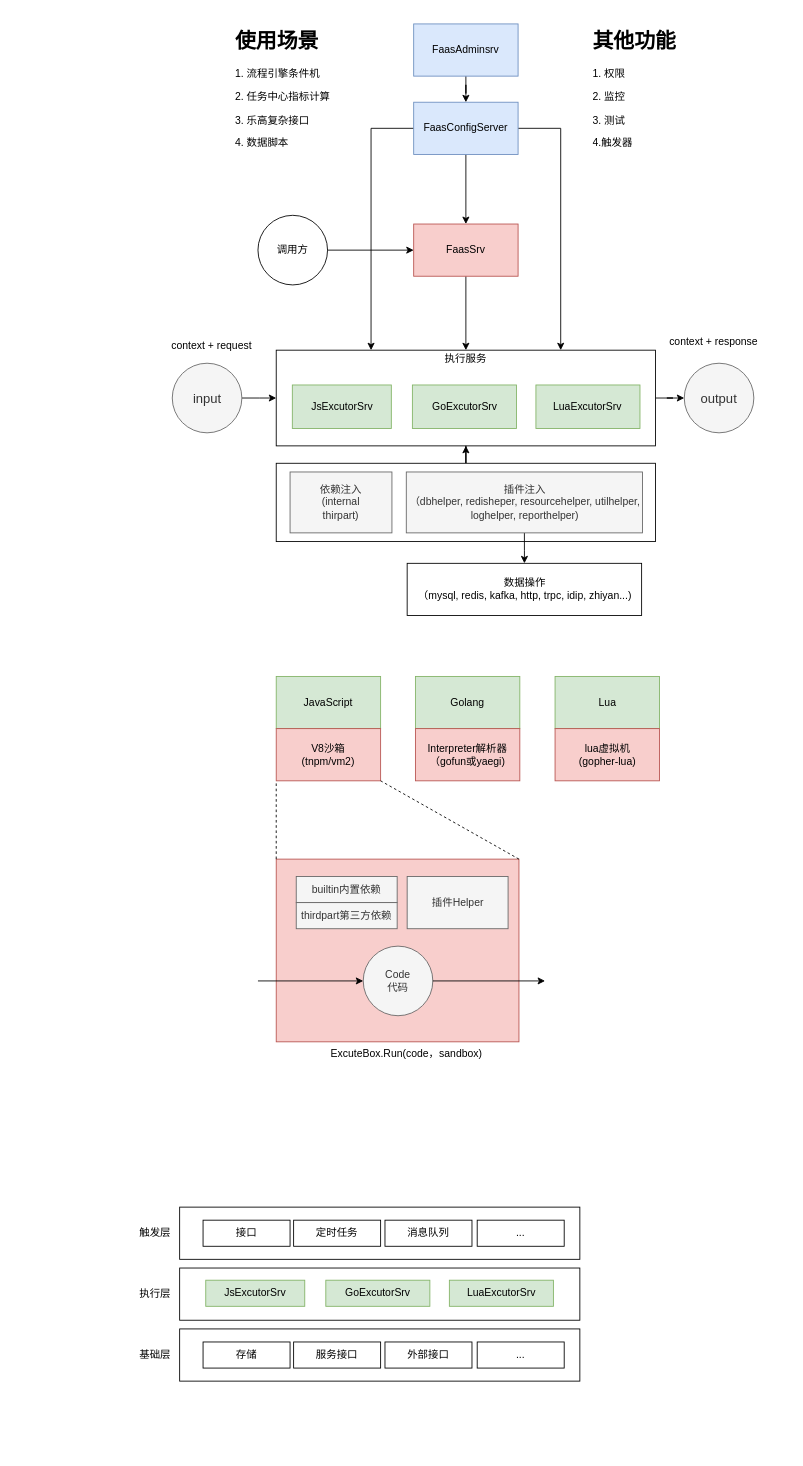
Above: faas.drawio in axtrur/resource (draw.io), before the change. Source tidied: cells renumbered, new cells numbered last; positions are measured from the earlier drawing's top-left corner, leaving out a move shared by most shapes. Both pictures are drawn from the tidied source at 87%, with x=0, y=0 at pixel (137, 23).
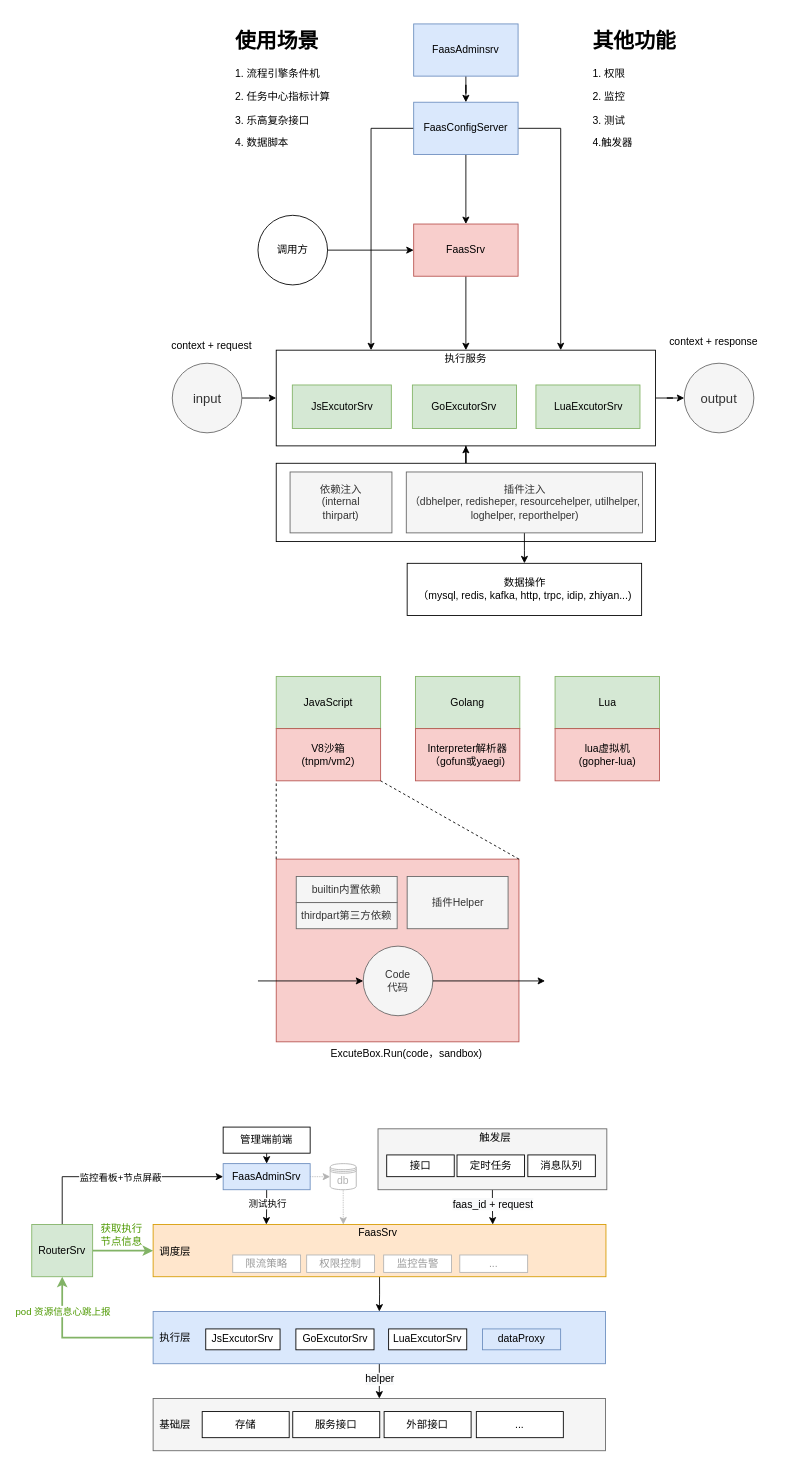
The same page after the edit.

The edit, as a diff of the source:
```diff
@@
+    <mxCell id="66" style="edgeStyle=orthogonalEdgeStyle;rounded=0;jettySize=auto;html=1;exitX=0.5;exitY=1;exitDx=0;exitDy=0;entryX=0.75;entryY=0;entryDx=0;entryDy=0;" parent="1" edge="1" source="48" target="73">
+      <mxGeometry relative="1" as="geometry" />
+    </mxCell>
+    <mxCell id="67" value="&lt;span style=&quot;font-size: 12px ; background-color: rgb(248 , 249 , 250)&quot;&gt;faas_id + request&lt;/span&gt;" style="edgeLabel;html=1;align=center;verticalAlign=middle;fontColor=#000000;" parent="66" vertex="1">
+      <mxGeometry x="-0.19" relative="1" as="geometry" />
+    </mxCell>
-    <mxCell id="48" style="rounded=0;whiteSpace=wrap;html=1;" parent="1" vertex="1">
-      <mxGeometry x="48" y="1360" width="460" height="60" as="geometry" />
+    <mxCell id="48" style="rounded=0;whiteSpace=wrap;html=1;fillColor=#f5f5f5;strokeColor=#666666;fontColor=#333333;" parent="1" vertex="1">
+      <mxGeometry x="276" y="1270" width="263" height="70" as="geometry" />
     </mxCell>
+    <mxCell id="68" style="edgeStyle=orthogonalEdgeStyle;rounded=0;jettySize=auto;html=1;exitX=0.5;exitY=1;exitDx=0;exitDy=0;entryX=0.5;entryY=0;entryDx=0;entryDy=0;" parent="1" edge="1" source="49" target="50">
+      <mxGeometry relative="1" as="geometry">
+        <Array as="points">
+          <mxPoint x="278" y="1560" />
+          <mxPoint x="278" y="1560" />
+        </Array>
+      </mxGeometry>
+    </mxCell>
+    <mxCell id="69" value="&lt;span style=&quot;font-size: 12px ; background-color: rgb(248 , 249 , 250)&quot;&gt;helper&lt;/span&gt;" style="edgeLabel;html=1;align=center;verticalAlign=middle;fontColor=#000000;" parent="68" vertex="1">
+      <mxGeometry x="-0.16" relative="1" as="geometry" />
+    </mxCell>
+    <mxCell id="70" style="edgeStyle=orthogonalEdgeStyle;rounded=0;jettySize=auto;html=1;exitX=0;exitY=0.5;exitDx=0;exitDy=0;fontColor=#999999;fillColor=#d5e8d4;strokeColor=#82b366;strokeWidth=2;" parent="1" edge="1" source="49" target="87">
+      <mxGeometry relative="1" as="geometry" />
+    </mxCell>
+    <mxCell id="71" value="&lt;font&gt;pod 资源信息心跳上报&lt;/font&gt;" style="edgeLabel;html=1;align=center;verticalAlign=middle;fontColor=#4D9900;" parent="70" vertex="1">
+      <mxGeometry x="0.28" relative="1" as="geometry">
+        <mxPoint y="-23" as="offset" />
+      </mxGeometry>
+    </mxCell>
-    <mxCell id="49" style="rounded=0;whiteSpace=wrap;html=1;" parent="1" vertex="1">
-      <mxGeometry x="48" y="1430" width="460" height="60" as="geometry" />
+    <mxCell id="49" style="rounded=0;whiteSpace=wrap;html=1;fillColor=#dae8fc;strokeColor=#6c8ebf;" parent="1" vertex="1">
+      <mxGeometry x="17.5" y="1480" width="520" height="60" as="geometry" />
     </mxCell>
-    <mxCell id="50" style="rounded=0;whiteSpace=wrap;html=1;" parent="1" vertex="1">
-      <mxGeometry x="48" y="1500" width="460" height="60" as="geometry" />
+    <mxCell id="50" style="rounded=0;whiteSpace=wrap;html=1;fillColor=#f5f5f5;strokeColor=#666666;fontColor=#333333;" parent="1" vertex="1">
+      <mxGeometry x="17.5" y="1580" width="520" height="60" as="geometry" />
     </mxCell>
     <mxCell id="51" value="触发层" style="text;html=1;strokeColor=none;fillColor=none;align=center;verticalAlign=middle;whiteSpace=wrap;rounded=0;" parent="1" vertex="1">
-      <mxGeometry y="1380" width="40" height="20" as="geometry" />
+      <mxGeometry x="391" y="1270" width="40" height="20" as="geometry" />
     </mxCell>
     <mxCell id="52" value="执行层" style="text;html=1;strokeColor=none;fillColor=none;align=center;verticalAlign=middle;whiteSpace=wrap;rounded=0;" parent="1" vertex="1">
-      <mxGeometry y="1450" width="40" height="20" as="geometry" />
+      <mxGeometry x="22.5" y="1500" width="40" height="20" as="geometry" />
     </mxCell>
     <mxCell id="53" value="基础层" style="text;html=1;strokeColor=none;fillColor=none;align=center;verticalAlign=middle;whiteSpace=wrap;rounded=0;" parent="1" vertex="1">
-      <mxGeometry y="1520" width="40" height="20" as="geometry" />
+      <mxGeometry x="22.5" y="1600" width="40" height="20" as="geometry" />
     </mxCell>
-    <mxCell id="54" value="接口" style="rounded=0;whiteSpace=wrap;html=1;" parent="1" vertex="1">
-      <mxGeometry x="74.9" y="1375" width="100" height="30" as="geometry" />
-    </mxCell>
-    <mxCell id="55" value="定时任务" style="rounded=0;whiteSpace=wrap;html=1;" parent="1" vertex="1">
-      <mxGeometry x="179" y="1375" width="100" height="30" as="geometry" />
-    </mxCell>
-    <mxCell id="56" value="消息队列" style="rounded=0;whiteSpace=wrap;html=1;" parent="1" vertex="1">
-      <mxGeometry x="284" y="1375" width="100" height="30" as="geometry" />
-    </mxCell>
-    <mxCell id="57" value="..." style="rounded=0;whiteSpace=wrap;html=1;" parent="1" vertex="1">
-      <mxGeometry x="390" y="1375" width="100" height="30" as="geometry" />
-    </mxCell>
     <mxCell id="58" style="group;" parent="1" vertex="1">
-      <mxGeometry x="78" y="1444" width="399.6" height="30" as="geometry" />
+      <mxGeometry x="78" y="1500" width="300" height="24" as="geometry" />
     </mxCell>
-    <mxCell id="59" value="JsExcutorSrv" style="rounded=0;whiteSpace=wrap;html=1;fillColor=#d5e8d4;strokeColor=#82b366;" parent="58" vertex="1">
-      <mxGeometry width="113.8" height="30" as="geometry" />
+    <mxCell id="59" value="JsExcutorSrv" style="rounded=0;whiteSpace=wrap;html=1;" parent="58" vertex="1">
+      <mxGeometry width="85.4" height="24" as="geometry" />
     </mxCell>
-    <mxCell id="60" value="GoExcutorSrv" style="rounded=0;whiteSpace=wrap;html=1;fillColor=#d5e8d4;strokeColor=#82b366;" parent="58" vertex="1">
-      <mxGeometry x="138" width="119.6" height="30" as="geometry" />
+    <mxCell id="60" value="GoExcutorSrv" style="rounded=0;whiteSpace=wrap;html=1;" parent="58" vertex="1">
+      <mxGeometry x="103.6" width="89.8" height="24" as="geometry" />
     </mxCell>
-    <mxCell id="61" value="LuaExcutorSrv" style="rounded=0;whiteSpace=wrap;html=1;fillColor=#d5e8d4;strokeColor=#82b366;" parent="58" vertex="1">
-      <mxGeometry x="280" width="119.6" height="30" as="geometry" />
+    <mxCell id="61" value="LuaExcutorSrv" style="rounded=0;whiteSpace=wrap;html=1;" parent="58" vertex="1">
+      <mxGeometry x="210.2" width="89.8" height="24" as="geometry" />
     </mxCell>
     <mxCell id="62" value="存储" style="rounded=0;whiteSpace=wrap;html=1;" parent="1" vertex="1">
-      <mxGeometry x="74.9" y="1515" width="100" height="30" as="geometry" />
+      <mxGeometry x="73.9" y="1595" width="100" height="30" as="geometry" />
     </mxCell>
     <mxCell id="63" value="服务接口" style="rounded=0;whiteSpace=wrap;html=1;" parent="1" vertex="1">
-      <mxGeometry x="179" y="1515" width="100" height="30" as="geometry" />
+      <mxGeometry x="178" y="1595" width="100" height="30" as="geometry" />
     </mxCell>
     <mxCell id="64" value="外部接口" style="rounded=0;whiteSpace=wrap;html=1;" parent="1" vertex="1">
-      <mxGeometry x="284" y="1515" width="100" height="30" as="geometry" />
+      <mxGeometry x="283" y="1595" width="100" height="30" as="geometry" />
     </mxCell>
     <mxCell id="65" value="..." style="rounded=0;whiteSpace=wrap;html=1;" parent="1" vertex="1">
-      <mxGeometry x="390" y="1515" width="100" height="30" as="geometry" />
+      <mxGeometry x="389" y="1595" width="100" height="30" as="geometry" />
     </mxCell>
+    <mxCell id="72" style="edgeStyle=orthogonalEdgeStyle;rounded=0;jettySize=auto;html=1;exitX=0.5;exitY=1;exitDx=0;exitDy=0;entryX=0.5;entryY=0;entryDx=0;entryDy=0;" parent="1" edge="1" source="73" target="49">
+      <mxGeometry relative="1" as="geometry" />
+    </mxCell>
+    <mxCell id="73" style="rounded=0;whiteSpace=wrap;html=1;fillColor=#ffe6cc;strokeColor=#d79b00;" parent="1" vertex="1">
+      <mxGeometry x="17.5" y="1380" width="520.5" height="60" as="geometry" />
+    </mxCell>
+    <mxCell id="74" style="edgeStyle=orthogonalEdgeStyle;rounded=0;jettySize=auto;html=1;exitX=0.5;exitY=1;exitDx=0;exitDy=0;entryX=0.25;entryY=0;entryDx=0;entryDy=0;" parent="1" edge="1" source="77" target="73">
+      <mxGeometry relative="1" as="geometry" />
+    </mxCell>
+    <mxCell id="75" value="测试执行" style="edgeLabel;html=1;align=center;verticalAlign=middle;" parent="74" vertex="1">
+      <mxGeometry x="-0.4" relative="1" as="geometry">
+        <mxPoint y="3" as="offset" />
+      </mxGeometry>
+    </mxCell>
+    <mxCell id="76" style="edgeStyle=orthogonalEdgeStyle;rounded=0;jettySize=auto;html=1;exitX=1;exitY=0.5;exitDx=0;exitDy=0;entryX=0;entryY=0.5;entryDx=0;entryDy=0;strokeWidth=1;fontColor=#4D9900;dashed=1;dashPattern=1 1;strokeColor=#B3B3B3;" parent="1" edge="1" source="77" target="90">
+      <mxGeometry relative="1" as="geometry" />
+    </mxCell>
+    <mxCell id="77" value="FaasAdminSrv" style="rounded=0;whiteSpace=wrap;html=1;fillColor=#dae8fc;strokeColor=#6c8ebf;" parent="1" vertex="1">
+      <mxGeometry x="98" y="1310" width="100" height="30" as="geometry" />
+    </mxCell>
+    <mxCell id="78" style="edgeStyle=orthogonalEdgeStyle;rounded=0;jettySize=auto;html=1;exitX=0.5;exitY=1;exitDx=0;exitDy=0;entryX=0.5;entryY=0;entryDx=0;entryDy=0;strokeWidth=1;fontColor=#000000;" parent="1" edge="1" source="79" target="77">
+      <mxGeometry relative="1" as="geometry" />
+    </mxCell>
+    <mxCell id="79" value="管理端前端" style="rounded=0;whiteSpace=wrap;html=1;" parent="1" vertex="1">
+      <mxGeometry x="98" y="1268" width="100" height="30" as="geometry" />
+    </mxCell>
+    <mxCell id="80" value="限流策略" style="rounded=0;whiteSpace=wrap;html=1;fontColor=#999999;strokeColor=#B3B3B3;" parent="1" vertex="1">
+      <mxGeometry x="109" y="1415" width="78" height="20" as="geometry" />
+    </mxCell>
+    <mxCell id="81" value="权限控制" style="rounded=0;whiteSpace=wrap;html=1;fontColor=#999999;strokeColor=#B3B3B3;" parent="1" vertex="1">
+      <mxGeometry x="194" y="1415" width="78" height="20" as="geometry" />
+    </mxCell>
+    <mxCell id="82" value="监控告警" style="rounded=0;whiteSpace=wrap;html=1;fontColor=#999999;strokeColor=#B3B3B3;" parent="1" vertex="1">
+      <mxGeometry x="282.5" y="1415" width="78" height="20" as="geometry" />
+    </mxCell>
+    <mxCell id="83" value="FaasSrv" style="text;html=1;strokeColor=none;fillColor=none;align=center;verticalAlign=middle;whiteSpace=wrap;rounded=0;" parent="1" vertex="1">
+      <mxGeometry x="256" y="1380" width="40" height="20" as="geometry" />
+    </mxCell>
+    <mxCell id="57" value="..." style="rounded=0;whiteSpace=wrap;html=1;fontColor=#999999;strokeColor=#B3B3B3;" parent="1" vertex="1">
+      <mxGeometry x="370" y="1415" width="78" height="20" as="geometry" />
+    </mxCell>
+    <mxCell id="84" style="edgeStyle=orthogonalEdgeStyle;rounded=0;jettySize=auto;html=1;exitX=1;exitY=0.5;exitDx=0;exitDy=0;fontColor=#999999;fillColor=#d5e8d4;strokeColor=#82b366;strokeWidth=2;" parent="1" edge="1" source="87" target="73">
+      <mxGeometry relative="1" as="geometry" />
+    </mxCell>
+    <mxCell id="85" style="edgeStyle=orthogonalEdgeStyle;rounded=0;jettySize=auto;html=1;exitX=0.5;exitY=0;exitDx=0;exitDy=0;entryX=0;entryY=0.5;entryDx=0;entryDy=0;strokeWidth=1;fontColor=#000000;" parent="1" edge="1" source="87" target="77">
+      <mxGeometry relative="1" as="geometry" />
+    </mxCell>
+    <mxCell id="86" value="监控看板+节点屏蔽" style="edgeLabel;html=1;align=center;verticalAlign=middle;fontColor=#000000;" parent="85" vertex="1">
+      <mxGeometry x="0.01" y="-1" relative="1" as="geometry" />
+    </mxCell>
+    <mxCell id="87" value="RouterSrv" style="rounded=0;whiteSpace=wrap;html=1;fillColor=#d5e8d4;strokeColor=#82b366;" parent="1" vertex="1">
+      <mxGeometry x="-122" y="1380" width="70" height="60" as="geometry" />
+    </mxCell>
+    <mxCell id="88" value="获取执行节点信息" style="text;html=1;strokeColor=none;fillColor=none;align=center;verticalAlign=middle;whiteSpace=wrap;rounded=0;fontColor=#4D9900;" parent="1" vertex="1">
+      <mxGeometry x="-48" y="1382" width="58.5" height="20" as="geometry" />
+    </mxCell>
+    <mxCell id="89" style="group;" parent="1" vertex="1">
+      <mxGeometry x="168" y="1300" width="322" height="40" as="geometry" />
+    </mxCell>
+    <mxCell id="54" value="接口" style="rounded=0;whiteSpace=wrap;html=1;" parent="89" vertex="1">
+      <mxGeometry x="118" width="77.6" height="25" as="geometry" />
+    </mxCell>
+    <mxCell id="55" value="定时任务" style="rounded=0;whiteSpace=wrap;html=1;" parent="89" vertex="1">
+      <mxGeometry x="198.8" width="77.6" height="25" as="geometry" />
+    </mxCell>
+    <mxCell id="56" value="消息队列" style="rounded=0;whiteSpace=wrap;html=1;" parent="89" vertex="1">
+      <mxGeometry x="280.2" width="77.6" height="25" as="geometry" />
+    </mxCell>
+    <mxCell id="90" value="&lt;font color=&quot;#b3b3b3&quot;&gt;db&lt;/font&gt;" style="shape=datastore;whiteSpace=wrap;html=1;strokeColor=#B3B3B3;fontColor=#4D9900;align=center;" parent="89" vertex="1">
+      <mxGeometry x="53" y="10" width="30" height="30" as="geometry" />
+    </mxCell>
+    <mxCell id="91" value="dataProxy" style="rounded=0;whiteSpace=wrap;html=1;fillColor=#dae8fc;strokeColor=#6c8ebf;" parent="1" vertex="1">
+      <mxGeometry x="396.1" y="1500" width="89.8" height="24" as="geometry" />
+    </mxCell>
+    <mxCell id="92" value="调度层" style="text;html=1;strokeColor=none;fillColor=none;align=center;verticalAlign=middle;whiteSpace=wrap;rounded=0;" parent="1" vertex="1">
+      <mxGeometry x="22.5" y="1402" width="40" height="20" as="geometry" />
+    </mxCell>
+    <mxCell id="93" style="edgeStyle=orthogonalEdgeStyle;rounded=0;jettySize=auto;html=1;exitX=0.5;exitY=1;exitDx=0;exitDy=0;entryX=0.42;entryY=0;entryDx=0;entryDy=0;entryPerimeter=0;dashed=1;dashPattern=1 1;strokeWidth=1;fontColor=#4D9900;strokeColor=#B3B3B3;" parent="1" edge="1" source="90" target="73">
+      <mxGeometry relative="1" as="geometry" />
+    </mxCell>
```
